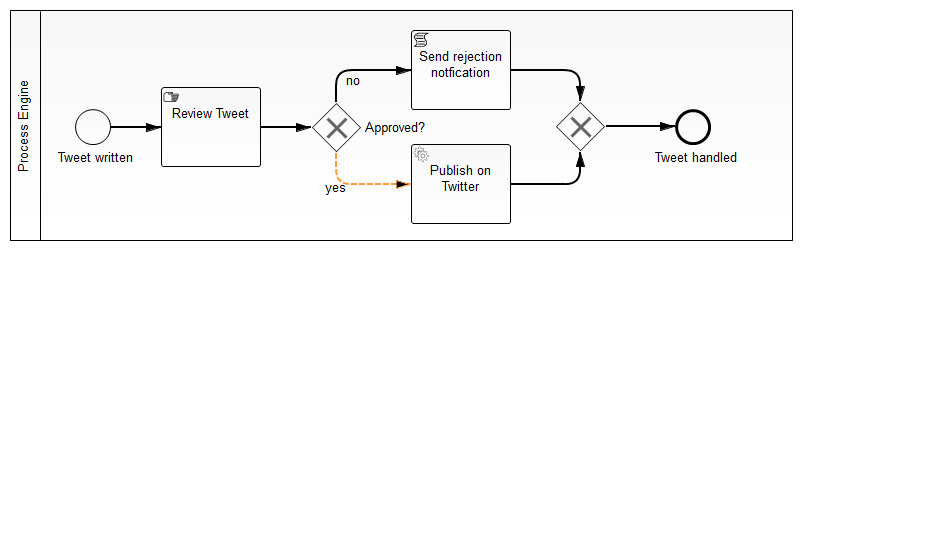
The BPMN diagram snippets/twitter-qa/src/main/resources/process.png in camunda-consulting/camunda-7-code-examples, before a commit. Its source is kept beside it as snippets/twitter-qa/src/main/resources/process.bpmn. Ids are renumbered.
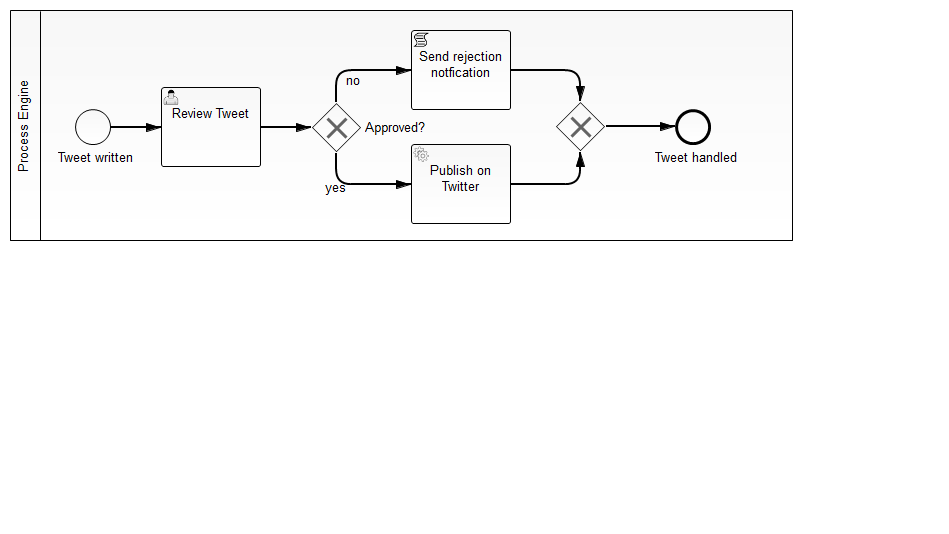
After the change.

Diff of the diagram source:
```diff
@@ -14,7 +14,7 @@
     <bpmn2:endEvent id="EndEvent_1" name="Tweet handled">
       <bpmn2:incoming>SequenceFlow_8</bpmn2:incoming>
     </bpmn2:endEvent>
-    <bpmn2:manualTask id="UserTask_1" camunda:candidateGroups="management" name="Review Tweet">
+    <bpmn2:userTask id="UserTask_1" camunda:candidateGroups="management" name="Review Tweet">
       <bpmn2:extensionElements>
         <camunda:formData>
           <camunda:formField id="content" label="Tweet" type="string">
@@ -27,7 +27,7 @@
       </bpmn2:extensionElements>
       <bpmn2:incoming>SequenceFlow_2</bpmn2:incoming>
       <bpmn2:outgoing>SequenceFlow_3</bpmn2:outgoing>
-    </bpmn2:manualTask>
+    </bpmn2:userTask>
     <bpmn2:sequenceFlow id="SequenceFlow_2" name="" sourceRef="StartEvent_1" targetRef="UserTask_1"/>
     <bpmn2:exclusiveGateway id="ExclusiveGateway_1" name="Approved?">
       <bpmn2:incoming>SequenceFlow_3</bpmn2:incoming>
```
